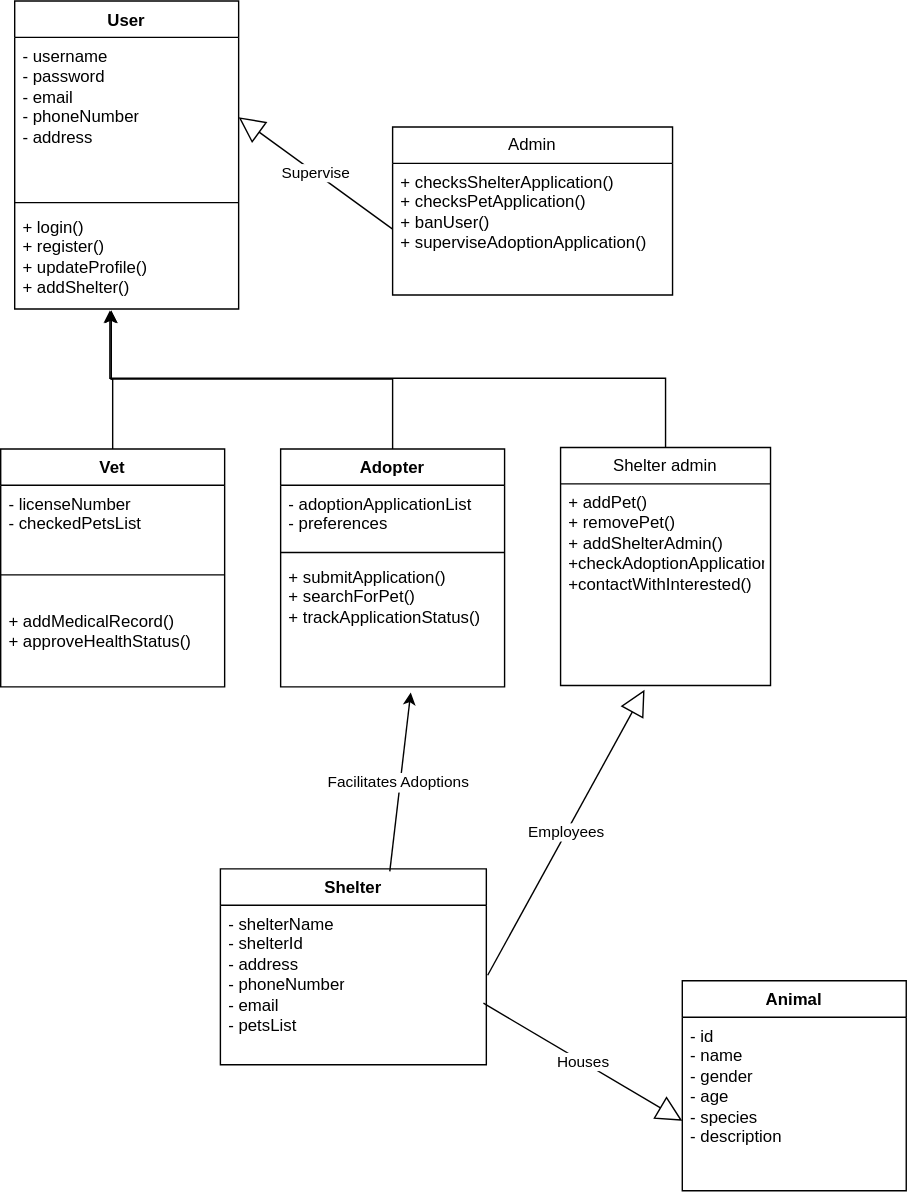
The draw.io diagram ClassDiagram.svg in Thomaskald/DistributedSystems, before a commit. Source tidied: cells renumbered, new cells last; positions are measured from the earlier drawing's top-left corner, leaving out a move shared by most shapes.
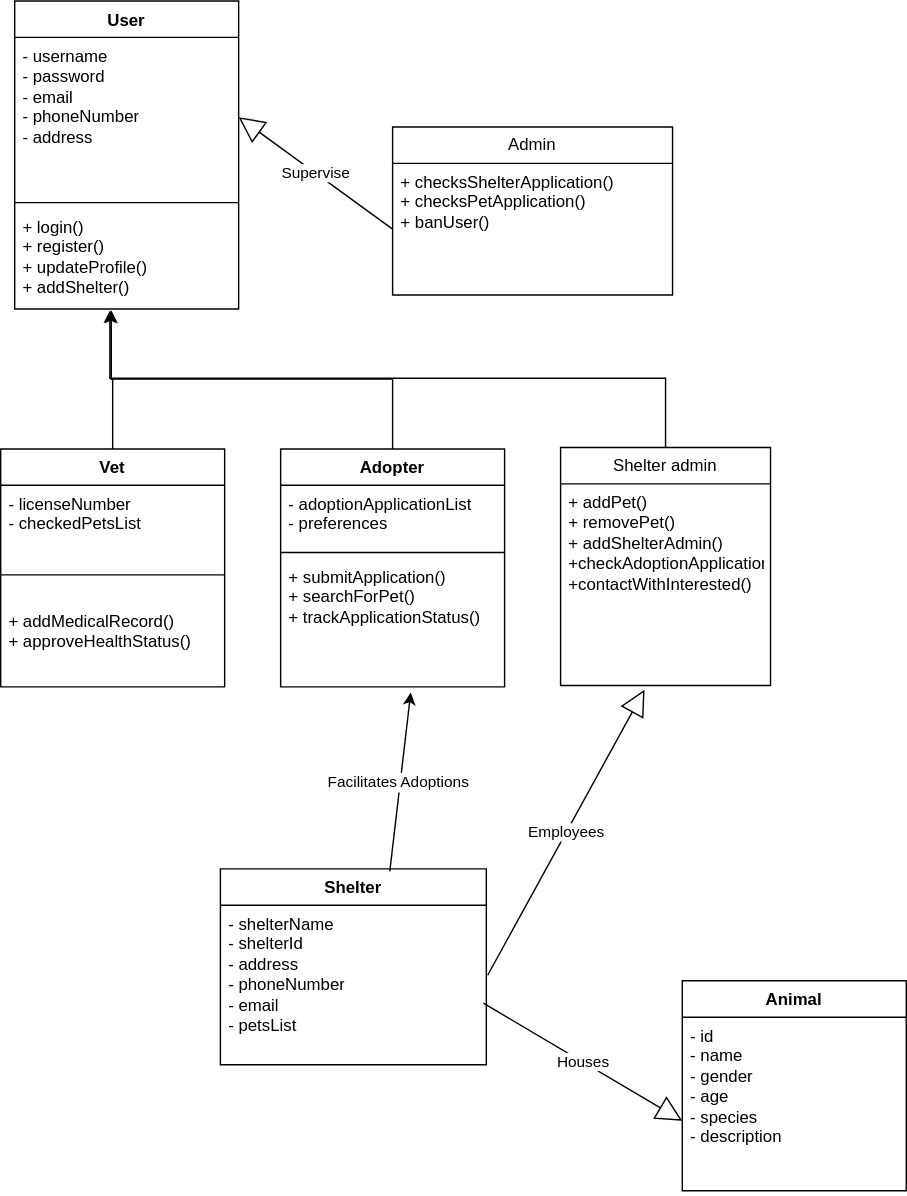
After the commit.

What changed in the source:
```diff
@@ -17,7 +17,7 @@
     <mxCell id="6" value="Admin" style="swimlane;fontStyle=0;horizontal=1;startSize=26;fillColor=none;whiteSpace=wrap;html=1;" parent="1" vertex="1">
       <mxGeometry x="280" y="90" width="200" height="120" as="geometry" />
     </mxCell>
-    <mxCell id="7" value="+ checksShelterApplication()&lt;div&gt;+ checksPetApplication()&lt;/div&gt;&lt;div&gt;+ banUser()&lt;/div&gt;&lt;div&gt;+ superviseAdoptionApplication()&amp;nbsp;&lt;/div&gt;" style="text;strokeColor=none;fillColor=none;align=left;verticalAlign=top;spacingLeft=4;spacingRight=4;overflow=hidden;points=[[0,0.5],[1,0.5]];portConstraint=eastwest;whiteSpace=wrap;html=1;" parent="6" vertex="1">
+    <mxCell id="7" value="+ checksShelterApplication()&lt;div&gt;+ checksPetApplication()&lt;/div&gt;&lt;div&gt;+ banUser()&lt;/div&gt;&lt;div&gt;&lt;br&gt;&lt;/div&gt;" style="text;strokeColor=none;fillColor=none;align=left;verticalAlign=top;spacingLeft=4;spacingRight=4;overflow=hidden;points=[[0,0.5],[1,0.5]];portConstraint=eastwest;whiteSpace=wrap;html=1;" parent="6" vertex="1">
       <mxGeometry y="26" width="200" height="94" as="geometry" />
     </mxCell>
     <mxCell id="8" value="Vet" style="swimlane;fontStyle=1;align=center;verticalAlign=top;horizontal=1;startSize=26;whiteSpace=wrap;html=1;" parent="1" vertex="1">
```
